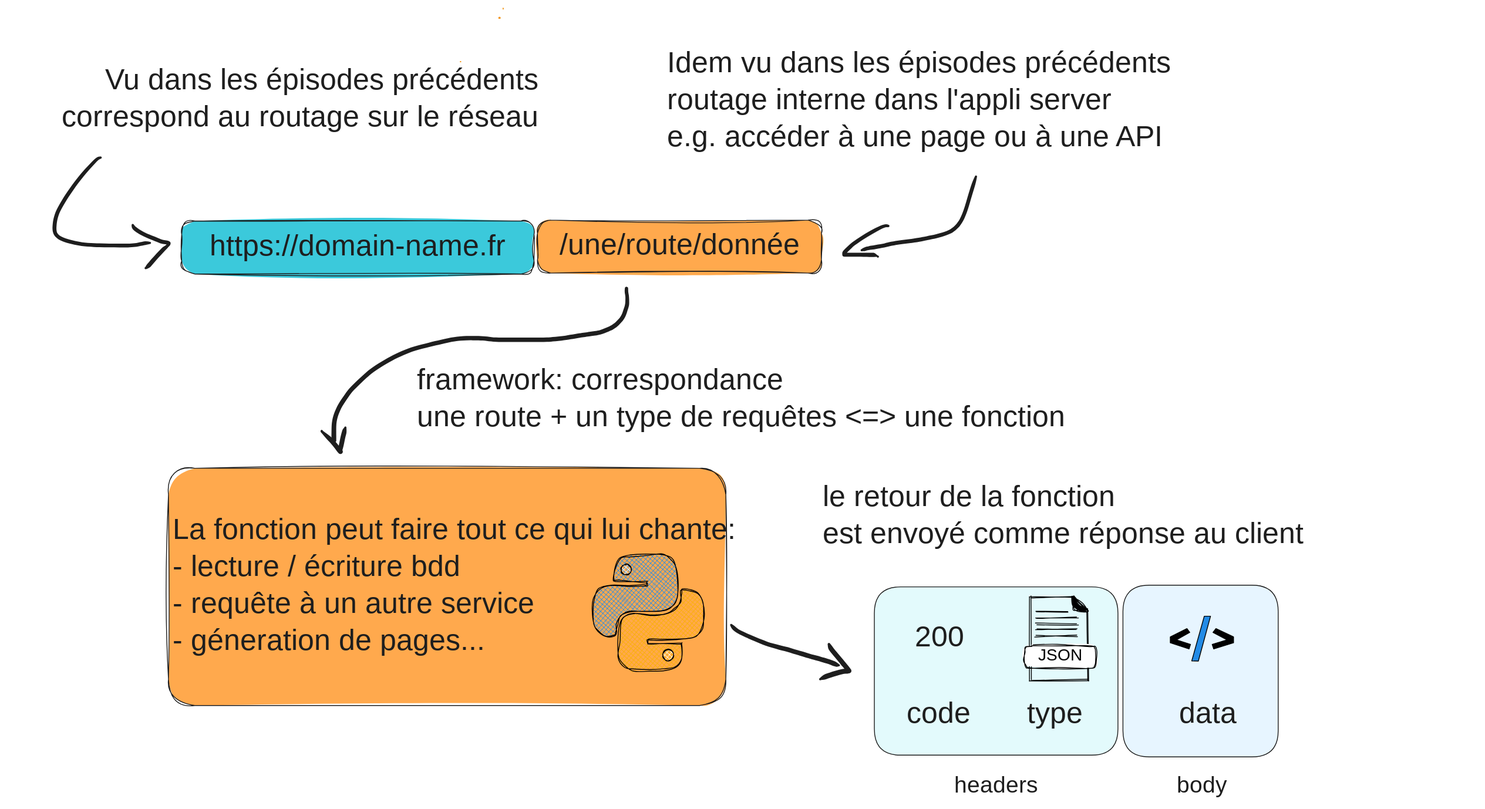
The Excalidraw diagram notebooks/media/framework-routes.excalidraw.svg in ue22-p25/backend, before a commit. Source tidied: one line per element, renumbered; positions are measured from the earlier drawing's top-left corner, leaving out a move shared by most shapes. Source of this version:
```json
{"id": 0, "type": "rectangle", "strokeColor": "#1e1e1e", "backgroundColor": "#e7f5ff", "fillStyle": "solid", "strokeWidth": 1, "roughness": 0, "round": true, "x": 1356, "y": 702, "width": 189, "height": 209}
{"id": 1, "type": "rectangle", "strokeColor": "#1e1e1e", "backgroundColor": "#e3fafc", "fillStyle": "solid", "strokeWidth": 1, "roughness": 0, "round": true, "x": 1053, "y": 704, "width": 296, "height": 205}
{"id": 2, "type": "rectangle", "strokeColor": "#1e1e1e", "backgroundColor": "#3bc9db", "fillStyle": "solid", "strokeWidth": 1, "roughness": 2, "round": true, "x": 211, "y": 259, "width": 429, "height": 64}
{"id": 3, "type": "text", "text": "https://domain-name.fr", "strokeColor": "#1e1e1e", "backgroundColor": "#ffffff", "fillStyle": "solid", "strokeWidth": 1, "roughness": 0, "fontSize": 36, "fontFamily": 5, "textAlign": "center", "verticalAlign": "middle", "inside": 2, "x": 260, "y": 269, "width": 331, "height": 45}
{"id": 4, "type": "rectangle", "strokeColor": "#f08c00", "backgroundColor": "#ffffff", "fillStyle": "solid", "strokeWidth": 1, "roughness": 0, "round": true, "x": 550, "y": 65, "width": 1, "height": 0}
{"id": 5, "type": "rectangle", "strokeColor": "#f08c00", "backgroundColor": "#ffffff", "fillStyle": "solid", "strokeWidth": 1, "roughness": 0, "round": true, "x": 597, "y": 11, "width": 2, "height": 1}
{"id": 6, "type": "rectangle", "strokeColor": "#f08c00", "backgroundColor": "#ffffff", "fillStyle": "solid", "strokeWidth": 1, "roughness": 0, "round": true, "x": 602, "y": 0, "width": 0, "height": 1}
{"id": 7, "type": "rectangle", "strokeColor": "#1e1e1e", "backgroundColor": "#ffa94d", "fillStyle": "solid", "strokeWidth": 1, "roughness": 2, "round": true, "x": 644, "y": 258, "width": 345, "height": 64}
{"id": 8, "type": "text", "text": "/une/route/donnée", "strokeColor": "#1e1e1e", "backgroundColor": "#ffffff", "fillStyle": "solid", "strokeWidth": 1, "roughness": 0, "fontSize": 36, "fontFamily": 5, "textAlign": "center", "verticalAlign": "middle", "inside": 7, "x": 686, "y": 268, "width": 260, "height": 45}
{"id": 9, "type": "text", "text": "Vu dans les épisodes précédents\ncorrespond au routage sur le réseau", "strokeColor": "#1e1e1e", "backgroundColor": "#ffa94d", "fillStyle": "solid", "strokeWidth": 1, "roughness": 2, "fontSize": 36, "fontFamily": 5, "textAlign": "right", "x": 0, "y": 67, "width": 645, "height": 90}
{"id": 10, "type": "text", "text": "Idem vu dans les épisodes précédents\nroutage interne dans l'appli server\ne.g. accéder à une page ou à une API", "strokeColor": "#1e1e1e", "backgroundColor": "#ffa94d", "fillStyle": "solid", "strokeWidth": 1, "roughness": 2, "fontSize": 36, "fontFamily": 5, "x": 802, "y": 46, "width": 952, "height": 135}
{"id": 11, "type": "text", "text": "framework: correspondance\nune route + un type de requêtes <=> une fonction", "strokeColor": "#1e1e1e", "backgroundColor": "#ffa94d", "fillStyle": "solid", "strokeWidth": 1, "roughness": 2, "fontSize": 36, "fontFamily": 5, "x": 497, "y": 432, "width": 885, "height": 90}
{"id": 12, "type": "rectangle", "strokeColor": "#1e1e1e", "backgroundColor": "#ffa94d", "fillStyle": "solid", "strokeWidth": 1, "roughness": 2, "round": true, "x": 195, "y": 560, "width": 678, "height": 289}
{"id": 13, "type": "text", "text": "La fonction peut faire tout ce qui lui chante:\n- lecture / écriture bdd\n- requête à un autre service\n- géneration de pages... ", "strokeColor": "#1e1e1e", "backgroundColor": "#ffa94d", "fillStyle": "solid", "strokeWidth": 1, "roughness": 2, "fontSize": 36, "fontFamily": 5, "verticalAlign": "middle", "inside": 12, "x": 200, "y": 614, "width": 634, "height": 180}
{"id": 14, "type": "text", "text": "le retour de la fonction\nest envoyé comme réponse au client", "strokeColor": "#1e1e1e", "backgroundColor": "#ffa94d", "fillStyle": "solid", "strokeWidth": 1, "roughness": 2, "fontSize": 36, "fontFamily": 5, "x": 991, "y": 574, "width": 631, "height": 90}
{"id": 15, "type": "line", "strokeColor": "#000000", "backgroundColor": "#000000", "fillStyle": "solid", "strokeWidth": 1, "roughness": 0, "x": 1434, "y": 755, "width": 25, "height": 25, "points": [[0, 0], [3, 5], [-13, 14], [4, 19], [3, 25], [-20, 17], [-20, 10], [0, 0]]}
{"id": 16, "type": "line", "strokeColor": "#000000", "backgroundColor": "#000000", "fillStyle": "solid", "strokeWidth": 1, "roughness": 0, "x": 1469, "y": 755, "width": 26, "height": 25, "points": [[0, 0], [-4, 5], [13, 14], [-5, 19], [-3, 25], [21, 17], [21, 10], [0, 0]]}
{"id": 17, "type": "line", "strokeColor": "#000000", "backgroundColor": "#228be6", "fillStyle": "solid", "strokeWidth": 1, "roughness": 0, "x": 1440, "y": 794, "width": 23, "height": 55, "points": [[0, 0], [15, -54], [23, -54], [8, 0], [0, 0]]}
{"id": 18, "type": "line", "strokeColor": "#000000", "backgroundColor": "#000000", "fillStyle": "solid", "strokeWidth": 1, "roughness": 1, "round": true, "x": 1295, "y": 717, "width": 18, "height": 17, "points": [[0, 0], [0, 8], [2, 15], [10, 17], [18, 16], [12, 10], [6, 4], [0, 0]]}
{"id": 19, "type": "line", "strokeColor": "#000000", "strokeWidth": 1, "roughness": 1, "round": true, "x": 1295, "y": 717, "width": 52, "height": 0, "points": [[0, 0], [-52, 0]]}
{"id": 20, "type": "line", "strokeColor": "#000000", "strokeWidth": 1, "roughness": 1, "round": true, "x": 1243, "y": 717, "width": 0, "height": 101, "points": [[0, 0], [0, 101]]}
{"id": 21, "type": "line", "strokeColor": "#000000", "strokeWidth": 1, "roughness": 1, "round": true, "x": 1243, "y": 818, "width": 71, "height": 0, "points": [[0, 0], [71, 0]]}
{"id": 22, "type": "line", "strokeColor": "#000000", "strokeWidth": 1, "roughness": 1, "round": true, "x": 1313, "y": 818, "width": 0, "height": 85, "points": [[0, 0], [0, -85]]}
{"id": 23, "type": "line", "strokeColor": "#000000", "strokeWidth": 1, "roughness": 1, "round": true, "x": 1295, "y": 716, "width": 19, "height": 17, "points": [[0, 0], [19, 17]]}
{"id": 24, "type": "line", "strokeColor": "#000000", "backgroundColor": "#fff", "fillStyle": "solid", "strokeWidth": 1, "roughness": 1, "round": true, "x": 1245, "y": 776, "width": 88, "height": 28, "points": [[0, 0], [33, 0], [70, 0], [76, 2], [78, 8], [79, 19], [77, 25], [70, 27], [33, 28], [0, 27], [-7, 25], [-10, 19], [-10, 8], [-7, 2], [0, 0]]}
{"id": 25, "type": "text", "text": "JSON", "strokeColor": "#000000", "strokeWidth": 1, "roughness": 1, "fontSize": 19.66, "fontFamily": 1, "round": true, "x": 1253, "y": 773, "width": 54, "height": 31}
{"id": 26, "type": "line", "strokeColor": "#000000", "backgroundColor": "#ffffff", "fillStyle": "solid", "strokeWidth": 1, "roughness": 1, "round": true, "x": 1250, "y": 734, "width": 39, "height": 0, "points": [[0, 0], [39, 0]]}
{"id": 27, "type": "line", "strokeColor": "#000000", "backgroundColor": "#ffffff", "fillStyle": "solid", "strokeWidth": 1, "roughness": 1, "round": true, "x": 1250, "y": 742, "width": 50, "height": 0, "points": [[0, 0], [50, 0]]}
{"id": 28, "type": "line", "strokeColor": "#000000", "backgroundColor": "#ffffff", "fillStyle": "solid", "strokeWidth": 1, "roughness": 1, "round": true, "x": 1250, "y": 749, "width": 50, "height": 0, "points": [[0, 0], [50, 0]]}
{"id": 29, "type": "line", "strokeColor": "#000000", "backgroundColor": "#ffffff", "fillStyle": "solid", "strokeWidth": 1, "roughness": 1, "round": true, "x": 1250, "y": 756, "width": 50, "height": 0, "points": [[0, 0], [50, 0]]}
{"id": 30, "type": "line", "strokeColor": "#000000", "backgroundColor": "#ffffff", "fillStyle": "solid", "strokeWidth": 1, "roughness": 1, "round": true, "x": 1250, "y": 764, "width": 50, "height": 0, "points": [[0, 0], [50, 0]]}
{"id": 31, "type": "text", "text": "200", "strokeColor": "#1e1e1e", "backgroundColor": "#ffa94d", "fillStyle": "solid", "strokeWidth": 1, "roughness": 0, "fontSize": 36, "fontFamily": 5, "textAlign": "center", "x": 1077, "y": 745, "width": 112, "height": 45}
{"id": 32, "type": "text", "text": "code", "strokeColor": "#1e1e1e", "backgroundColor": "#ffa94d", "fillStyle": "solid", "strokeWidth": 1, "roughness": 0, "fontSize": 36, "fontFamily": 5, "textAlign": "center", "x": 1091, "y": 837, "width": 81, "height": 45}
{"id": 33, "type": "text", "text": "type", "strokeColor": "#1e1e1e", "backgroundColor": "#ffa94d", "fillStyle": "solid", "strokeWidth": 1, "roughness": 0, "fontSize": 36, "fontFamily": 5, "textAlign": "center", "x": 1234, "y": 837, "width": 78, "height": 45}
{"id": 34, "type": "text", "text": "data", "strokeColor": "#1e1e1e", "backgroundColor": "#ffa94d", "fillStyle": "solid", "strokeWidth": 1, "roughness": 0, "fontSize": 36, "fontFamily": 5, "textAlign": "center", "x": 1417, "y": 837, "width": 84, "height": 45}
{"id": 35, "type": "text", "text": "headers", "strokeColor": "#1e1e1e", "backgroundColor": "#e3fafc", "fillStyle": "solid", "strokeWidth": 1, "roughness": 0, "fontSize": 28, "fontFamily": 5, "textAlign": "center", "x": 1080, "y": 929, "width": 243, "height": 35}
{"id": 36, "type": "text", "text": "body", "strokeColor": "#1e1e1e", "backgroundColor": "#e3fafc", "fillStyle": "solid", "strokeWidth": 1, "roughness": 0, "fontSize": 28, "fontFamily": 5, "textAlign": "center", "x": 1331, "y": 929, "width": 243, "height": 35}
{"id": 37, "type": "freedraw", "strokeColor": "#1e1e1e", "backgroundColor": "#e3fafc", "fillStyle": "solid", "strokeWidth": 1, "roughness": 0, "x": 112, "y": 182, "width": 117, "height": 107, "points": [[0, 0], [-4, 1], [-8, 5], [-20, 18], [-30, 31], [-43, 49], [-49, 60], [-54, 71], [-56, 82], [-56, 89], [-53, 96], [-46, 100], [-32, 104], [-22, 106], [-6, 107], [7, 107], [17, 107], [30, 107], [39, 107], [47, 106], [52, 105], [54, 104], [57, 104], [60, 104], [60, 104]]}
{"id": 38, "type": "freedraw", "strokeColor": "#1e1e1e", "backgroundColor": "#e3fafc", "fillStyle": "solid", "strokeWidth": 1, "roughness": 0, "x": 151, "y": 264, "width": 44, "height": 52, "points": [[0, 0], [0, 1], [0, 2], [2, 4], [5, 7], [13, 12], [20, 15], [29, 17], [33, 19], [35, 20], [36, 21], [37, 21], [38, 21], [39, 21], [39, 21], [40, 21], [41, 21], [42, 21], [43, 22], [44, 22], [44, 22], [44, 22], [44, 22], [44, 22], [44, 23], [43, 23], [41, 25], [36, 31], [32, 35], [28, 40], [24, 44], [21, 47], [19, 50], [17, 52], [17, 52], [16, 52], [15, 52], [15, 52]]}
{"id": 39, "type": "freedraw", "strokeColor": "#1e1e1e", "backgroundColor": "#e3fafc", "fillStyle": "solid", "strokeWidth": 1, "roughness": 0, "x": 1177, "y": 205, "width": 139, "height": 91, "points": [[0, 0], [0, -2], [-1, 3], [-10, 31], [-13, 43], [-17, 51], [-20, 57], [-23, 61], [-30, 67], [-37, 70], [-49, 73], [-62, 75], [-71, 77], [-83, 79], [-94, 80], [-104, 82], [-112, 84], [-115, 85], [-120, 85], [-124, 86], [-127, 87], [-130, 87], [-136, 88], [-139, 90], [-139, 90]]}
{"id": 40, "type": "freedraw", "strokeColor": "#1e1e1e", "backgroundColor": "#e3fafc", "fillStyle": "solid", "strokeWidth": 1, "roughness": 0, "x": 1070, "y": 265, "width": 56, "height": 38, "points": [[0, 0], [-8, -1], [-22, 8], [-36, 16], [-42, 21], [-44, 23], [-46, 25], [-52, 31], [-55, 33], [-56, 35], [-56, 35], [-55, 35], [-54, 35], [-52, 35], [-49, 35], [-44, 35], [-41, 35], [-36, 35], [-33, 35], [-30, 35], [-25, 35], [-22, 35], [-19, 35], [-17, 35], [-15, 35], [-14, 35], [-13, 36], [-13, 36], [-13, 36], [-13, 38], [-13, 38]]}
{"id": 41, "type": "freedraw", "strokeColor": "#1e1e1e", "backgroundColor": "#e3fafc", "fillStyle": "solid", "strokeWidth": 1, "roughness": 0, "x": 879, "y": 750, "width": 134, "height": 50, "points": [[0, 0], [-1, 0], [-1, -1], [-2, -1], [-2, -1], [0, 2], [4, 5], [7, 7], [12, 10], [25, 16], [31, 18], [38, 21], [44, 23], [51, 26], [62, 28], [68, 30], [73, 31], [82, 34], [87, 36], [92, 37], [95, 38], [100, 39], [105, 41], [109, 42], [113, 43], [118, 44], [122, 46], [124, 46], [125, 47], [126, 48], [128, 48], [130, 49], [132, 49], [132, 49], [131, 49], [131, 49]]}
{"id": 42, "type": "freedraw", "strokeColor": "#1e1e1e", "backgroundColor": "#e3fafc", "fillStyle": "solid", "strokeWidth": 1, "roughness": 0, "x": 998, "y": 774, "width": 35, "height": 43, "points": [[0, 0], [0, -1], [0, 1], [1, 4], [3, 7], [4, 8], [11, 15], [12, 17], [16, 22], [18, 24], [19, 25], [20, 27], [21, 28], [23, 30], [24, 31], [24, 32], [25, 33], [25, 33], [24, 33], [20, 33], [15, 33], [9, 35], [-1, 38], [-6, 40], [-9, 41], [-11, 42], [-11, 42], [-11, 43], [-11, 43]]}
{"id": 43, "type": "freedraw", "strokeColor": "#1e1e1e", "backgroundColor": "#e3fafc", "fillStyle": "solid", "strokeWidth": 1, "roughness": 0, "x": 752, "y": 343, "width": 357, "height": 190, "points": [[0, 0], [0, -2], [0, 0], [0, 6], [1, 13], [0, 21], [-3, 30], [-6, 35], [-9, 39], [-16, 44], [-21, 47], [-31, 52], [-44, 54], [-55, 55], [-76, 59], [-98, 61], [-119, 61], [-149, 61], [-171, 59], [-197, 59], [-228, 64], [-261, 72], [-288, 84], [-314, 101], [-335, 121], [-349, 142], [-356, 162], [-356, 174], [-356, 187], [-356, 184]]}
{"id": 44, "type": "freedraw", "strokeColor": "#1e1e1e", "backgroundColor": "#e3fafc", "fillStyle": "solid", "strokeWidth": 1, "roughness": 0, "x": 381, "y": 514, "width": 1, "height": 1, "points": [[0, 0], [0, 1], [1, 0], [1, -1], [0, 0]]}
{"id": 45, "type": "freedraw", "strokeColor": "#1e1e1e", "backgroundColor": "#e3fafc", "fillStyle": "solid", "strokeWidth": 1, "roughness": 0, "x": 381, "y": 515, "width": 29, "height": 30, "points": [[0, 0], [14, 13], [16, 15], [18, 18], [21, 22], [21, 23], [22, 23], [22, 23], [22, 24], [22, 24], [22, 24], [23, 25], [23, 25], [23, 25], [23, 23], [23, 20], [24, 16], [25, 12], [26, 4], [27, 1], [28, -2], [29, -3], [29, -3], [29, -4], [29, -4], [29, -5], [29, -5], [29, -5]]}
{"id": 46, "type": "line", "strokeColor": "#000000", "backgroundColor": "#228be6", "fillStyle": "cross-hatch", "strokeWidth": 1, "roughness": 1, "round": true, "x": 777, "y": 698, "width": 103, "height": 99, "points": [[0, 0], [-35, 0], [-40, -2], [-39, -18], [-33, -28], [-20, -32], [-1, -33], [17, -32], [29, -28], [36, -18], [37, 3], [36, 21], [29, 31], [16, 36], [-3, 36], [-20, 36], [-32, 42], [-37, 52], [-37, 62], [-39, 66], [-50, 66], [-59, 61], [-64, 51], [-66, 34], [-64, 19], [-57, 9], [-45, 5], [-21, 5], [-4, 5], [0, 4], [0, 0]]}
{"id": 47, "type": "line", "strokeColor": "#000000", "angle": 3.14, "backgroundColor": "#fab005", "fillStyle": "cross-hatch", "strokeWidth": 1, "roughness": 1, "round": true, "x": 809, "y": 740, "width": 103, "height": 99, "points": [[0, 0], [-35, 0], [-40, -2], [-40, -18], [-33, -28], [-20, -32], [-1, -33], [17, -32], [29, -28], [36, -18], [36, 3], [36, 22], [29, 33], [17, 36], [-3, 36], [-21, 37], [-32, 42], [-38, 52], [-40, 61], [-41, 66], [-50, 66], [-60, 61], [-65, 51], [-67, 34], [-65, 19], [-58, 9], [-45, 5], [-21, 5], [-4, 5], [0, 4], [0, 0]]}
{"id": 48, "type": "ellipse", "strokeColor": "#000000", "backgroundColor": "#ffffff", "fillStyle": "cross-hatch", "strokeWidth": 1, "roughness": 1, "x": 745, "y": 676, "width": 13, "height": 13}
{"id": 49, "type": "ellipse", "strokeColor": "#000000", "backgroundColor": "#ffffff", "fillStyle": "cross-hatch", "strokeWidth": 1, "roughness": 1, "x": 796, "y": 780, "width": 14, "height": 14}
```
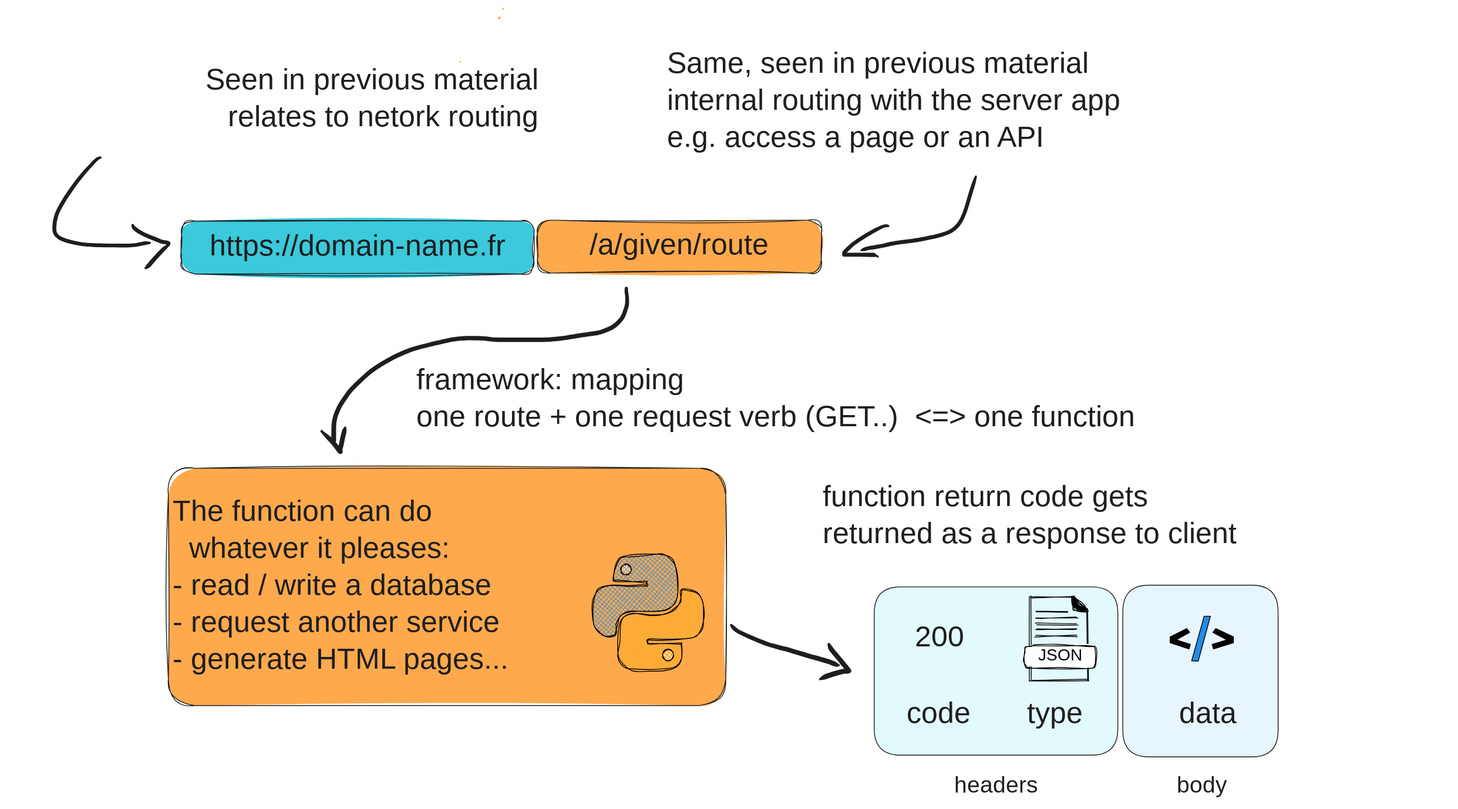
After the commit.

The edit, as a diff of the source:
```diff
@@ -6,13 +6,13 @@
 {"id": 5, "type": "rectangle", "strokeColor": "#f08c00", "backgroundColor": "#ffffff", "fillStyle": "solid", "strokeWidth": 1, "roughness": 0, "round": true, "x": 597, "y": 11, "width": 2, "height": 1}
 {"id": 6, "type": "rectangle", "strokeColor": "#f08c00", "backgroundColor": "#ffffff", "fillStyle": "solid", "strokeWidth": 1, "roughness": 0, "round": true, "x": 602, "y": 0, "width": 0, "height": 1}
 {"id": 7, "type": "rectangle", "strokeColor": "#1e1e1e", "backgroundColor": "#ffa94d", "fillStyle": "solid", "strokeWidth": 1, "roughness": 2, "round": true, "x": 644, "y": 258, "width": 345, "height": 64}
-{"id": 8, "type": "text", "text": "/une/route/donnée", "strokeColor": "#1e1e1e", "backgroundColor": "#ffffff", "fillStyle": "solid", "strokeWidth": 1, "roughness": 0, "fontSize": 36, "fontFamily": 5, "textAlign": "center", "verticalAlign": "middle", "inside": 7, "x": 686, "y": 268, "width": 260, "height": 45}
+{"id": 8, "type": "text", "text": "/a/given/route", "strokeColor": "#1e1e1e", "backgroundColor": "#ffffff", "fillStyle": "solid", "strokeWidth": 1, "roughness": 0, "fontSize": 36, "fontFamily": 5, "textAlign": "center", "verticalAlign": "middle", "inside": 7, "x": 687, "y": 268, "width": 259, "height": 45}
-{"id": 9, "type": "text", "text": "Vu dans les épisodes précédents\ncorrespond au routage sur le réseau", "strokeColor": "#1e1e1e", "backgroundColor": "#ffa94d", "fillStyle": "solid", "strokeWidth": 1, "roughness": 2, "fontSize": 36, "fontFamily": 5, "textAlign": "right", "x": 0, "y": 67, "width": 645, "height": 90}
+{"id": 9, "type": "text", "text": "Seen in previous material\nrelates to netork routing", "strokeColor": "#1e1e1e", "backgroundColor": "#ffa94d", "fillStyle": "solid", "strokeWidth": 1, "roughness": 2, "fontSize": 36, "fontFamily": 5, "textAlign": "right", "x": 0, "y": 67, "width": 645, "height": 90}
-{"id": 10, "type": "text", "text": "Idem vu dans les épisodes précédents\nroutage interne dans l'appli server\ne.g. accéder à une page ou à une API", "strokeColor": "#1e1e1e", "backgroundColor": "#ffa94d", "fillStyle": "solid", "strokeWidth": 1, "roughness": 2, "fontSize": 36, "fontFamily": 5, "x": 802, "y": 46, "width": 952, "height": 135}
+{"id": 10, "type": "text", "text": "Same, seen in previous material\ninternal routing with the server app\ne.g. access a page or an API", "strokeColor": "#1e1e1e", "backgroundColor": "#ffa94d", "fillStyle": "solid", "strokeWidth": 1, "roughness": 2, "fontSize": 36, "fontFamily": 5, "x": 802, "y": 47, "width": 952, "height": 135}
-{"id": 11, "type": "text", "text": "framework: correspondance\nune route + un type de requêtes <=> une fonction", "strokeColor": "#1e1e1e", "backgroundColor": "#ffa94d", "fillStyle": "solid", "strokeWidth": 1, "roughness": 2, "fontSize": 36, "fontFamily": 5, "x": 497, "y": 432, "width": 885, "height": 90}
+{"id": 11, "type": "text", "text": "framework: mapping\none route + one request verb (GET..)  <=> one function", "strokeColor": "#1e1e1e", "backgroundColor": "#ffa94d", "fillStyle": "solid", "strokeWidth": 1, "roughness": 2, "fontSize": 36, "fontFamily": 5, "x": 497, "y": 432, "width": 996, "height": 90}
 {"id": 12, "type": "rectangle", "strokeColor": "#1e1e1e", "backgroundColor": "#ffa94d", "fillStyle": "solid", "strokeWidth": 1, "roughness": 2, "round": true, "x": 195, "y": 560, "width": 678, "height": 289}
-{"id": 13, "type": "text", "text": "La fonction peut faire tout ce qui lui chante:\n- lecture / écriture bdd\n- requête à un autre service\n- géneration de pages... ", "strokeColor": "#1e1e1e", "backgroundColor": "#ffa94d", "fillStyle": "solid", "strokeWidth": 1, "roughness": 2, "fontSize": 36, "fontFamily": 5, "verticalAlign": "middle", "inside": 12, "x": 200, "y": 614, "width": 634, "height": 180}
+{"id": 13, "type": "text", "text": "The function can do \n  whatever it pleases:\n- read / write a database\n- request another service\n- generate HTML pages... ", "strokeColor": "#1e1e1e", "backgroundColor": "#ffa94d", "fillStyle": "solid", "strokeWidth": 1, "roughness": 2, "fontSize": 36, "fontFamily": 5, "verticalAlign": "middle", "inside": 12, "x": 200, "y": 592, "width": 455, "height": 225}
-{"id": 14, "type": "text", "text": "le retour de la fonction\nest envoyé comme réponse au client", "strokeColor": "#1e1e1e", "backgroundColor": "#ffa94d", "fillStyle": "solid", "strokeWidth": 1, "roughness": 2, "fontSize": 36, "fontFamily": 5, "x": 991, "y": 574, "width": 631, "height": 90}
+{"id": 14, "type": "text", "text": "function return code gets\nreturned as a response to client", "strokeColor": "#1e1e1e", "backgroundColor": "#ffa94d", "fillStyle": "solid", "strokeWidth": 1, "roughness": 2, "fontSize": 36, "fontFamily": 5, "x": 991, "y": 574, "width": 631, "height": 90}
 {"id": 15, "type": "line", "strokeColor": "#000000", "backgroundColor": "#000000", "fillStyle": "solid", "strokeWidth": 1, "roughness": 0, "x": 1434, "y": 755, "width": 25, "height": 25, "points": [[0, 0], [3, 5], [-13, 14], [4, 19], [3, 25], [-20, 17], [-20, 10], [0, 0]]}
 {"id": 16, "type": "line", "strokeColor": "#000000", "backgroundColor": "#000000", "fillStyle": "solid", "strokeWidth": 1, "roughness": 0, "x": 1469, "y": 755, "width": 26, "height": 25, "points": [[0, 0], [-4, 5], [13, 14], [-5, 19], [-3, 25], [21, 17], [21, 10], [0, 0]]}
 {"id": 17, "type": "line", "strokeColor": "#000000", "backgroundColor": "#228be6", "fillStyle": "solid", "strokeWidth": 1, "roughness": 0, "x": 1440, "y": 794, "width": 23, "height": 55, "points": [[0, 0], [15, -54], [23, -54], [8, 0], [0, 0]]}
```
